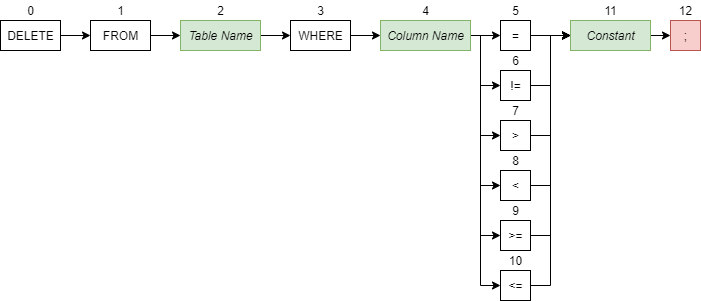
DeliciousWaffle/MastersProject keeps this draw.io diagram as src/files/assets/helpscreen/DeleteDiagram.png. Above is the earlier version. Source tidied: cells renumbered, new cells last; positions are measured from the earlier drawing's top-left corner, leaving out a move shared by most shapes.
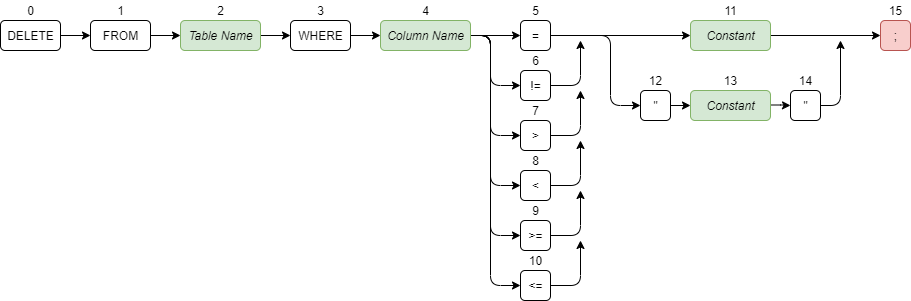
After the commit.

The edit, as a diff of the source:
```diff
@@ -2,163 +2,216 @@
   <root>
     <mxCell id="0" />
     <mxCell id="1" parent="0" />
-    <mxCell id="2" style="edgeStyle=orthogonalEdgeStyle;rounded=0;jettySize=auto;html=1;exitX=1;exitY=0.5;exitDx=0;exitDy=0;entryX=0;entryY=0.5;entryDx=0;entryDy=0;" parent="1" edge="1" source="3" target="6">
+    <mxCell id="2" style="edgeStyle=orthogonalEdgeStyle;jettySize=auto;html=1;exitX=1;exitY=0.5;exitDx=0;exitDy=0;entryX=0;entryY=0.5;entryDx=0;entryDy=0;" parent="1" edge="1" source="3" target="6">
       <mxGeometry relative="1" as="geometry" />
     </mxCell>
-    <mxCell id="3" value="DELETE" style="html=1;" parent="1" vertex="1">
+    <mxCell id="3" value="DELETE" style="html=1;rounded=1;" parent="1" vertex="1">
       <mxGeometry y="20" width="60" height="30" as="geometry" />
     </mxCell>
-    <mxCell id="4" value="0" style="text;html=1;align=center;verticalAlign=middle;" parent="1" vertex="1">
+    <mxCell id="4" value="0" style="text;html=1;align=center;verticalAlign=middle;rounded=1;" parent="1" vertex="1">
       <mxGeometry x="20" width="20" height="20" as="geometry" />
     </mxCell>
-    <mxCell id="5" style="edgeStyle=orthogonalEdgeStyle;rounded=0;jettySize=auto;html=1;exitX=1;exitY=0.5;exitDx=0;exitDy=0;entryX=0;entryY=0.5;entryDx=0;entryDy=0;" parent="1" edge="1" source="6" target="9">
+    <mxCell id="5" style="edgeStyle=orthogonalEdgeStyle;jettySize=auto;html=1;exitX=1;exitY=0.5;exitDx=0;exitDy=0;entryX=0;entryY=0.5;entryDx=0;entryDy=0;" parent="1" edge="1" source="6" target="9">
       <mxGeometry relative="1" as="geometry" />
     </mxCell>
-    <mxCell id="6" value="FROM" style="html=1;" parent="1" vertex="1">
+    <mxCell id="6" value="FROM" style="html=1;rounded=1;" parent="1" vertex="1">
       <mxGeometry x="90" y="20" width="60" height="30" as="geometry" />
     </mxCell>
-    <mxCell id="7" value="1" style="text;html=1;align=center;verticalAlign=middle;" parent="1" vertex="1">
+    <mxCell id="7" value="1" style="text;html=1;align=center;verticalAlign=middle;rounded=1;" parent="1" vertex="1">
       <mxGeometry x="110" width="20" height="20" as="geometry" />
     </mxCell>
-    <mxCell id="8" style="edgeStyle=orthogonalEdgeStyle;rounded=0;jettySize=auto;html=1;exitX=1;exitY=0.5;exitDx=0;exitDy=0;entryX=0;entryY=0.5;entryDx=0;entryDy=0;" parent="1" edge="1" source="9" target="12">
+    <mxCell id="8" style="edgeStyle=orthogonalEdgeStyle;jettySize=auto;html=1;exitX=1;exitY=0.5;exitDx=0;exitDy=0;entryX=0;entryY=0.5;entryDx=0;entryDy=0;" parent="1" edge="1" source="9" target="12">
       <mxGeometry relative="1" as="geometry" />
     </mxCell>
-    <mxCell id="9" value="&lt;i&gt;Table Name&lt;/i&gt;" style="html=1;fillColor=#d5e8d4;strokeColor=#82b366;" parent="1" vertex="1">
+    <mxCell id="9" value="&lt;i&gt;Table Name&lt;/i&gt;" style="html=1;fillColor=#d5e8d4;strokeColor=#82b366;rounded=1;" parent="1" vertex="1">
       <mxGeometry x="180" y="20" width="80" height="30" as="geometry" />
     </mxCell>
-    <mxCell id="10" value="2" style="text;html=1;align=center;verticalAlign=middle;" parent="1" vertex="1">
+    <mxCell id="10" value="2" style="text;html=1;align=center;verticalAlign=middle;rounded=1;" parent="1" vertex="1">
       <mxGeometry x="210" width="20" height="20" as="geometry" />
     </mxCell>
-    <mxCell id="11" style="edgeStyle=orthogonalEdgeStyle;rounded=0;jettySize=auto;html=1;exitX=1;exitY=0.5;exitDx=0;exitDy=0;entryX=0;entryY=0.5;entryDx=0;entryDy=0;" parent="1" edge="1" source="12">
+    <mxCell id="11" style="edgeStyle=orthogonalEdgeStyle;jettySize=auto;html=1;exitX=1;exitY=0.5;exitDx=0;exitDy=0;entryX=0;entryY=0.5;entryDx=0;entryDy=0;" parent="1" edge="1" source="12">
       <mxGeometry relative="1" as="geometry">
         <mxPoint x="380" y="35" as="targetPoint" />
       </mxGeometry>
     </mxCell>
-    <mxCell id="12" value="WHERE" style="html=1;" parent="1" vertex="1">
+    <mxCell id="12" value="WHERE" style="html=1;rounded=1;" parent="1" vertex="1">
       <mxGeometry x="290" y="20" width="60" height="30" as="geometry" />
     </mxCell>
-    <mxCell id="13" value="3" style="text;html=1;align=center;verticalAlign=middle;" parent="1" vertex="1">
+    <mxCell id="13" value="3" style="text;html=1;align=center;verticalAlign=middle;rounded=1;" parent="1" vertex="1">
       <mxGeometry x="310" width="20" height="20" as="geometry" />
     </mxCell>
-    <mxCell id="14" style="edgeStyle=orthogonalEdgeStyle;rounded=0;jettySize=auto;html=1;exitX=1;exitY=0.5;exitDx=0;exitDy=0;entryX=0;entryY=0.5;entryDx=0;entryDy=0;" parent="1" edge="1" source="20" target="26">
+    <mxCell id="14" style="edgeStyle=orthogonalEdgeStyle;jettySize=auto;html=1;exitX=1;exitY=0.5;exitDx=0;exitDy=0;entryX=0;entryY=0.5;entryDx=0;entryDy=0;" parent="1" edge="1" source="20" target="26">
       <mxGeometry relative="1" as="geometry" />
     </mxCell>
-    <mxCell id="15" style="edgeStyle=orthogonalEdgeStyle;rounded=0;jettySize=auto;html=1;exitX=1;exitY=0.5;exitDx=0;exitDy=0;entryX=0;entryY=0.5;entryDx=0;entryDy=0;" parent="1" edge="1" source="20" target="41">
+    <mxCell id="15" style="edgeStyle=orthogonalEdgeStyle;jettySize=auto;html=1;exitX=1;exitY=0.5;exitDx=0;exitDy=0;entryX=0;entryY=0.5;entryDx=0;entryDy=0;" parent="1" edge="1" source="20" target="41">
       <mxGeometry relative="1" as="geometry">
         <Array as="points">
-          <mxPoint x="480" y="35" />
-          <mxPoint x="480" y="285" />
+          <mxPoint x="490" y="35" />
+          <mxPoint x="490" y="285" />
         </Array>
       </mxGeometry>
     </mxCell>
-    <mxCell id="16" style="edgeStyle=orthogonalEdgeStyle;rounded=0;jettySize=auto;html=1;exitX=1;exitY=0.5;exitDx=0;exitDy=0;entryX=0;entryY=0.5;entryDx=0;entryDy=0;" parent="1" edge="1" source="20" target="29">
+    <mxCell id="16" style="edgeStyle=orthogonalEdgeStyle;jettySize=auto;html=1;exitX=1;exitY=0.5;exitDx=0;exitDy=0;entryX=0;entryY=0.5;entryDx=0;entryDy=0;" parent="1" edge="1" source="20" target="29">
       <mxGeometry relative="1" as="geometry">
         <Array as="points">
-          <mxPoint x="480" y="35" />
-          <mxPoint x="480" y="85" />
+          <mxPoint x="490" y="35" />
+          <mxPoint x="490" y="85" />
         </Array>
       </mxGeometry>
     </mxCell>
-    <mxCell id="17" style="edgeStyle=orthogonalEdgeStyle;rounded=0;jettySize=auto;html=1;exitX=1;exitY=0.5;exitDx=0;exitDy=0;entryX=0;entryY=0.5;entryDx=0;entryDy=0;" parent="1" edge="1" source="20" target="32">
+    <mxCell id="17" style="edgeStyle=orthogonalEdgeStyle;jettySize=auto;html=1;exitX=1;exitY=0.5;exitDx=0;exitDy=0;entryX=0;entryY=0.5;entryDx=0;entryDy=0;" parent="1" edge="1" source="20" target="32">
       <mxGeometry relative="1" as="geometry">
         <Array as="points">
-          <mxPoint x="480" y="35" />
-          <mxPoint x="480" y="135" />
+          <mxPoint x="490" y="35" />
+          <mxPoint x="490" y="135" />
         </Array>
       </mxGeometry>
     </mxCell>
-    <mxCell id="18" style="edgeStyle=orthogonalEdgeStyle;rounded=0;jettySize=auto;html=1;exitX=1;exitY=0.5;exitDx=0;exitDy=0;entryX=0;entryY=0.5;entryDx=0;entryDy=0;" parent="1" edge="1" source="20" target="35">
+    <mxCell id="18" style="edgeStyle=orthogonalEdgeStyle;jettySize=auto;html=1;exitX=1;exitY=0.5;exitDx=0;exitDy=0;entryX=0;entryY=0.5;entryDx=0;entryDy=0;" parent="1" edge="1" source="20" target="35">
       <mxGeometry relative="1" as="geometry">
         <Array as="points">
-          <mxPoint x="480" y="35" />
-          <mxPoint x="480" y="185" />
+          <mxPoint x="490" y="35" />
+          <mxPoint x="490" y="185" />
         </Array>
       </mxGeometry>
     </mxCell>
-    <mxCell id="19" style="edgeStyle=orthogonalEdgeStyle;rounded=0;jettySize=auto;html=1;exitX=1;exitY=0.5;exitDx=0;exitDy=0;entryX=0;entryY=0.5;entryDx=0;entryDy=0;" parent="1" edge="1" source="20" target="38">
+    <mxCell id="19" style="edgeStyle=orthogonalEdgeStyle;jettySize=auto;html=1;exitX=1;exitY=0.5;exitDx=0;exitDy=0;entryX=0;entryY=0.5;entryDx=0;entryDy=0;" parent="1" edge="1" source="20" target="38">
       <mxGeometry relative="1" as="geometry">
         <Array as="points">
-          <mxPoint x="480" y="35" />
-          <mxPoint x="480" y="235" />
+          <mxPoint x="490" y="35" />
+          <mxPoint x="490" y="235" />
         </Array>
       </mxGeometry>
     </mxCell>
-    <mxCell id="20" value="&lt;i&gt;Column Name&lt;/i&gt;" style="html=1;fillColor=#d5e8d4;strokeColor=#82b366;" parent="1" vertex="1">
+    <mxCell id="20" value="&lt;i&gt;Column Name&lt;/i&gt;" style="html=1;fillColor=#d5e8d4;strokeColor=#82b366;rounded=1;" parent="1" vertex="1">
       <mxGeometry x="380" y="20" width="90" height="30" as="geometry" />
     </mxCell>
-    <mxCell id="21" value="4" style="text;html=1;align=center;verticalAlign=middle;" parent="1" vertex="1">
+    <mxCell id="21" value="4" style="text;html=1;align=center;verticalAlign=middle;rounded=1;" parent="1" vertex="1">
       <mxGeometry x="415" width="20" height="20" as="geometry" />
     </mxCell>
-    <mxCell id="22" value=";" style="html=1;fillColor=#f8cecc;strokeColor=#b85450;" parent="1" vertex="1">
-      <mxGeometry x="670" y="20" width="30" height="30" as="geometry" />
+    <mxCell id="22" value=";" style="html=1;fillColor=#f8cecc;strokeColor=#b85450;rounded=1;" parent="1" vertex="1">
+      <mxGeometry x="880" y="20" width="30" height="30" as="geometry" />
     </mxCell>
-    <mxCell id="23" value="12" style="text;html=1;align=center;verticalAlign=middle;" parent="1" vertex="1">
-      <mxGeometry x="670" width="30" height="20" as="geometry" />
+    <mxCell id="23" value="15" style="text;html=1;align=center;verticalAlign=middle;rounded=1;" parent="1" vertex="1">
+      <mxGeometry x="880" width="30" height="20" as="geometry" />
     </mxCell>
-    <mxCell id="24" style="edgeStyle=orthogonalEdgeStyle;rounded=0;jettySize=auto;html=1;exitX=1;exitY=0.5;exitDx=0;exitDy=0;entryX=0;entryY=0.5;entryDx=0;entryDy=0;" parent="1" edge="1" target="22">
+    <mxCell id="24" style="edgeStyle=orthogonalEdgeStyle;jettySize=auto;html=1;exitX=1;exitY=0.5;exitDx=0;exitDy=0;entryX=0;entryY=0.5;entryDx=0;entryDy=0;" parent="1" edge="1" target="22">
       <mxGeometry relative="1" as="geometry">
-        <mxPoint x="630" y="35" as="sourcePoint" />
+        <mxPoint x="750" y="35" as="sourcePoint" />
       </mxGeometry>
     </mxCell>
-    <mxCell id="25" style="edgeStyle=orthogonalEdgeStyle;rounded=0;jettySize=auto;html=1;exitX=1;exitY=0.5;exitDx=0;exitDy=0;entryX=0;entryY=0.5;entryDx=0;entryDy=0;" parent="1" edge="1" source="26" target="43">
+    <mxCell id="25" style="edgeStyle=orthogonalEdgeStyle;jettySize=auto;html=1;exitX=1;exitY=0.5;exitDx=0;exitDy=0;entryX=0;entryY=0.5;entryDx=0;entryDy=0;" parent="1" edge="1" source="26" target="43">
       <mxGeometry relative="1" as="geometry" />
     </mxCell>
+    <mxCell id="45" style="edgeStyle=orthogonalEdgeStyle;rounded=1;jettySize=auto;html=1;exitX=1;exitY=0.5;exitDx=0;exitDy=0;entryX=0;entryY=0.5;entryDx=0;entryDy=0;" parent="1" edge="1" source="26" target="55">
+      <mxGeometry relative="1" as="geometry">
+        <Array as="points">
+          <mxPoint x="610" y="35" />
+          <mxPoint x="610" y="105" />
+        </Array>
+      </mxGeometry>
+    </mxCell>
-    <mxCell id="26" value="=" style="html=1;" parent="1" vertex="1">
-      <mxGeometry x="500" y="20" width="30" height="30" as="geometry" />
+    <mxCell id="26" value="=" style="html=1;rounded=1;" parent="1" vertex="1">
+      <mxGeometry x="520" y="20" width="30" height="30" as="geometry" />
     </mxCell>
-    <mxCell id="27" value="5" style="text;html=1;align=center;verticalAlign=middle;" parent="1" vertex="1">
-      <mxGeometry x="505" width="20" height="20" as="geometry" />
+    <mxCell id="27" value="5" style="text;html=1;align=center;verticalAlign=middle;rounded=1;" parent="1" vertex="1">
+      <mxGeometry x="525" width="20" height="20" as="geometry" />
     </mxCell>
-    <mxCell id="28" style="edgeStyle=orthogonalEdgeStyle;rounded=0;jettySize=auto;html=1;exitX=1;exitY=0.5;exitDx=0;exitDy=0;entryX=0;entryY=0.5;entryDx=0;entryDy=0;" parent="1" edge="1" source="29" target="43">
-      <mxGeometry relative="1" as="geometry" />
-    </mxCell>
+    <mxCell id="46" style="edgeStyle=orthogonalEdgeStyle;rounded=1;jettySize=auto;html=1;exitX=1;exitY=0.5;exitDx=0;exitDy=0;" parent="1" edge="1" source="29">
+      <mxGeometry relative="1" as="geometry">
+        <mxPoint x="580" y="40" as="targetPoint" />
+        <Array as="points">
+          <mxPoint x="580" y="85" />
+          <mxPoint x="580" y="40" />
+        </Array>
+      </mxGeometry>
+    </mxCell>
-    <mxCell id="29" value="!=" style="html=1;" parent="1" vertex="1">
-      <mxGeometry x="500" y="70" width="30" height="30" as="geometry" />
+    <mxCell id="29" value="!=" style="html=1;rounded=1;" parent="1" vertex="1">
+      <mxGeometry x="520" y="70" width="30" height="30" as="geometry" />
     </mxCell>
-    <mxCell id="30" value="6" style="text;html=1;align=center;verticalAlign=middle;" parent="1" vertex="1">
-      <mxGeometry x="505" y="50" width="20" height="20" as="geometry" />
+    <mxCell id="30" value="6" style="text;html=1;align=center;verticalAlign=middle;rounded=1;" parent="1" vertex="1">
+      <mxGeometry x="525" y="50" width="20" height="20" as="geometry" />
     </mxCell>
-    <mxCell id="31" style="edgeStyle=orthogonalEdgeStyle;rounded=0;jettySize=auto;html=1;exitX=1;exitY=0.5;exitDx=0;exitDy=0;entryX=0;entryY=0.5;entryDx=0;entryDy=0;" parent="1" edge="1" source="32" target="43">
-      <mxGeometry relative="1" as="geometry" />
-    </mxCell>
+    <mxCell id="47" style="edgeStyle=orthogonalEdgeStyle;rounded=1;jettySize=auto;html=1;exitX=1;exitY=0.5;exitDx=0;exitDy=0;" parent="1" edge="1" source="32">
+      <mxGeometry relative="1" as="geometry">
+        <mxPoint x="580" y="90" as="targetPoint" />
+      </mxGeometry>
+    </mxCell>
-    <mxCell id="32" value="&amp;gt;" style="html=1;" parent="1" vertex="1">
-      <mxGeometry x="500" y="120" width="30" height="30" as="geometry" />
+    <mxCell id="32" value="&amp;gt;" style="html=1;rounded=1;" parent="1" vertex="1">
+      <mxGeometry x="520" y="120" width="30" height="30" as="geometry" />
     </mxCell>
-    <mxCell id="33" value="7" style="text;html=1;align=center;verticalAlign=middle;" parent="1" vertex="1">
-      <mxGeometry x="505" y="100" width="20" height="20" as="geometry" />
+    <mxCell id="33" value="7" style="text;html=1;align=center;verticalAlign=middle;rounded=1;" parent="1" vertex="1">
+      <mxGeometry x="525" y="100" width="20" height="20" as="geometry" />
     </mxCell>
-    <mxCell id="34" style="edgeStyle=orthogonalEdgeStyle;rounded=0;jettySize=auto;html=1;exitX=1;exitY=0.5;exitDx=0;exitDy=0;entryX=0;entryY=0.5;entryDx=0;entryDy=0;" parent="1" edge="1" source="35" target="43">
-      <mxGeometry relative="1" as="geometry" />
-    </mxCell>
+    <mxCell id="48" style="edgeStyle=orthogonalEdgeStyle;rounded=1;jettySize=auto;html=1;exitX=1;exitY=0.5;exitDx=0;exitDy=0;" parent="1" edge="1" source="35">
+      <mxGeometry relative="1" as="geometry">
+        <mxPoint x="580" y="140" as="targetPoint" />
+      </mxGeometry>
+    </mxCell>
-    <mxCell id="35" value="&amp;lt;" style="html=1;" parent="1" vertex="1">
-      <mxGeometry x="500" y="170" width="30" height="30" as="geometry" />
+    <mxCell id="35" value="&amp;lt;" style="html=1;rounded=1;" parent="1" vertex="1">
+      <mxGeometry x="520" y="170" width="30" height="30" as="geometry" />
     </mxCell>
-    <mxCell id="36" value="8" style="text;html=1;align=center;verticalAlign=middle;" parent="1" vertex="1">
-      <mxGeometry x="505" y="150" width="20" height="20" as="geometry" />
+    <mxCell id="36" value="8" style="text;html=1;align=center;verticalAlign=middle;rounded=1;" parent="1" vertex="1">
+      <mxGeometry x="525" y="150" width="20" height="20" as="geometry" />
     </mxCell>
-    <mxCell id="37" style="edgeStyle=orthogonalEdgeStyle;rounded=0;jettySize=auto;html=1;exitX=1;exitY=0.5;exitDx=0;exitDy=0;entryX=0;entryY=0.5;entryDx=0;entryDy=0;" parent="1" edge="1" source="38" target="43">
-      <mxGeometry relative="1" as="geometry" />
-    </mxCell>
+    <mxCell id="49" style="edgeStyle=orthogonalEdgeStyle;rounded=1;jettySize=auto;html=1;exitX=1;exitY=0.5;exitDx=0;exitDy=0;" parent="1" edge="1" source="38">
+      <mxGeometry relative="1" as="geometry">
+        <mxPoint x="580" y="190" as="targetPoint" />
+      </mxGeometry>
+    </mxCell>
-    <mxCell id="38" value="&amp;gt;=" style="html=1;" parent="1" vertex="1">
-      <mxGeometry x="500" y="220" width="30" height="30" as="geometry" />
+    <mxCell id="38" value="&amp;gt;=" style="html=1;rounded=1;" parent="1" vertex="1">
+      <mxGeometry x="520" y="220" width="30" height="30" as="geometry" />
     </mxCell>
-    <mxCell id="39" value="9" style="text;html=1;align=center;verticalAlign=middle;" parent="1" vertex="1">
-      <mxGeometry x="505" y="200" width="20" height="20" as="geometry" />
+    <mxCell id="39" value="9" style="text;html=1;align=center;verticalAlign=middle;rounded=1;" parent="1" vertex="1">
+      <mxGeometry x="525" y="200" width="20" height="20" as="geometry" />
     </mxCell>
-    <mxCell id="40" style="edgeStyle=orthogonalEdgeStyle;rounded=0;jettySize=auto;html=1;exitX=1;exitY=0.5;exitDx=0;exitDy=0;entryX=0;entryY=0.5;entryDx=0;entryDy=0;" parent="1" edge="1" source="41" target="43">
-      <mxGeometry relative="1" as="geometry" />
-    </mxCell>
+    <mxCell id="50" style="edgeStyle=orthogonalEdgeStyle;rounded=1;jettySize=auto;html=1;exitX=1;exitY=0.5;exitDx=0;exitDy=0;" parent="1" edge="1" source="41">
+      <mxGeometry relative="1" as="geometry">
+        <mxPoint x="580" y="240" as="targetPoint" />
+      </mxGeometry>
+    </mxCell>
-    <mxCell id="41" value="&amp;lt;=" style="html=1;" parent="1" vertex="1">
-      <mxGeometry x="500" y="270" width="30" height="30" as="geometry" />
+    <mxCell id="41" value="&amp;lt;=" style="html=1;rounded=1;" parent="1" vertex="1">
+      <mxGeometry x="520" y="270" width="30" height="30" as="geometry" />
     </mxCell>
-    <mxCell id="42" value="10" style="text;html=1;align=center;verticalAlign=middle;" parent="1" vertex="1">
-      <mxGeometry x="500" y="250" width="30" height="20" as="geometry" />
+    <mxCell id="42" value="10" style="text;html=1;align=center;verticalAlign=middle;rounded=1;" parent="1" vertex="1">
+      <mxGeometry x="520" y="250" width="30" height="20" as="geometry" />
     </mxCell>
-    <mxCell id="43" value="&lt;i&gt;Constant&lt;/i&gt;" style="html=1;fillColor=#d5e8d4;strokeColor=#82b366;" parent="1" vertex="1">
-      <mxGeometry x="570" y="20" width="80" height="30" as="geometry" />
+    <mxCell id="43" value="&lt;i&gt;Constant&lt;/i&gt;" style="html=1;fillColor=#d5e8d4;strokeColor=#82b366;rounded=1;" parent="1" vertex="1">
+      <mxGeometry x="690" y="20" width="80" height="30" as="geometry" />
     </mxCell>
-    <mxCell id="44" value="11" style="text;html=1;align=center;verticalAlign=middle;" parent="1" vertex="1">
-      <mxGeometry x="595" width="30" height="20" as="geometry" />
+    <mxCell id="44" value="11" style="text;html=1;align=center;verticalAlign=middle;rounded=1;" parent="1" vertex="1">
+      <mxGeometry x="715" width="30" height="20" as="geometry" />
     </mxCell>
+    <mxCell id="51" style="edgeStyle=orthogonalEdgeStyle;jettySize=auto;html=1;exitX=1;exitY=0.5;exitDx=0;exitDy=0;entryX=0;entryY=0.5;entryDx=0;entryDy=0;" parent="1" edge="1" target="57">
+      <mxGeometry relative="1" as="geometry">
+        <mxPoint x="760" y="104.5" as="sourcePoint" />
+      </mxGeometry>
+    </mxCell>
+    <mxCell id="52" value="&lt;i&gt;Constant&lt;/i&gt;" style="html=1;fillColor=#d5e8d4;strokeColor=#82b366;rounded=1;" parent="1" vertex="1">
+      <mxGeometry x="690" y="90" width="80" height="30" as="geometry" />
+    </mxCell>
+    <mxCell id="53" value="13" style="text;html=1;align=center;verticalAlign=middle;rounded=1;" parent="1" vertex="1">
+      <mxGeometry x="715" y="70" width="30" height="20" as="geometry" />
+    </mxCell>
+    <mxCell id="54" style="edgeStyle=orthogonalEdgeStyle;rounded=0;jettySize=auto;html=1;exitX=1;exitY=0.5;exitDx=0;exitDy=0;entryX=0;entryY=0.5;entryDx=0;entryDy=0;" parent="1" edge="1" source="55" target="52">
+      <mxGeometry relative="1" as="geometry" />
+    </mxCell>
+    <mxCell id="55" value="&quot;" style="html=1;rounded=1;" parent="1" vertex="1">
+      <mxGeometry x="640" y="90" width="30" height="30" as="geometry" />
+    </mxCell>
+    <mxCell id="56" style="edgeStyle=orthogonalEdgeStyle;rounded=1;jettySize=auto;html=1;exitX=1;exitY=0.5;exitDx=0;exitDy=0;" parent="1" edge="1" source="57">
+      <mxGeometry relative="1" as="geometry">
+        <mxPoint x="840" y="40" as="targetPoint" />
+      </mxGeometry>
+    </mxCell>
+    <mxCell id="57" value="&quot;" style="html=1;rounded=1;" parent="1" vertex="1">
+      <mxGeometry x="790" y="90" width="30" height="30" as="geometry" />
+    </mxCell>
+    <mxCell id="58" value="12" style="text;html=1;align=center;verticalAlign=middle;rounded=1;" parent="1" vertex="1">
+      <mxGeometry x="640" y="70" width="30" height="20" as="geometry" />
+    </mxCell>
+    <mxCell id="59" value="14" style="text;html=1;align=center;verticalAlign=middle;rounded=1;" parent="1" vertex="1">
+      <mxGeometry x="790" y="70" width="30" height="20" as="geometry" />
+    </mxCell>
   </root>
 </mxGraphModel>
```
